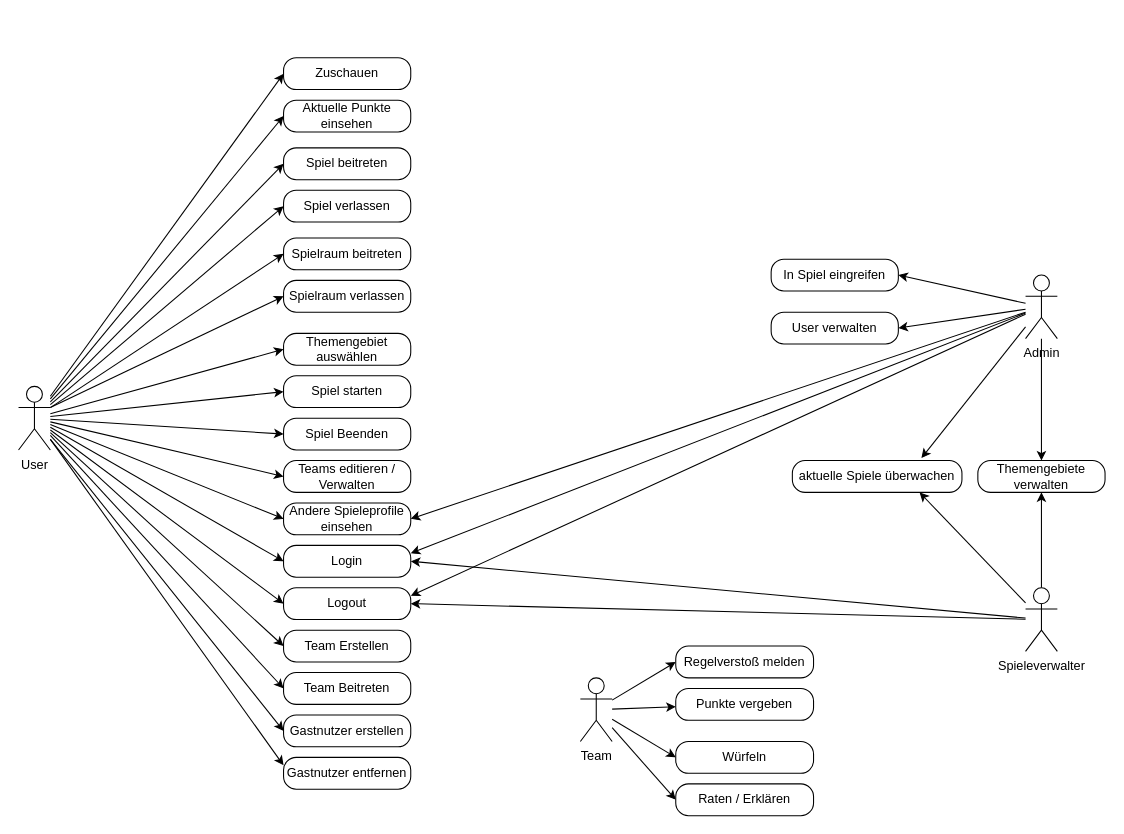
The draw.io diagram documentation/diagrams/use_case_diagram.drawio in BeyerMart/softwareEngineeringClass-timeGuessGame, before the edit. Source tidied: cells renumbered, new cells numbered last; positions are measured from the earlier drawing's top-left corner, leaving out a move shared by most shapes. Both pictures are drawn from the tidied source at 106%, with x=0, y=0 at pixel (18, 57).
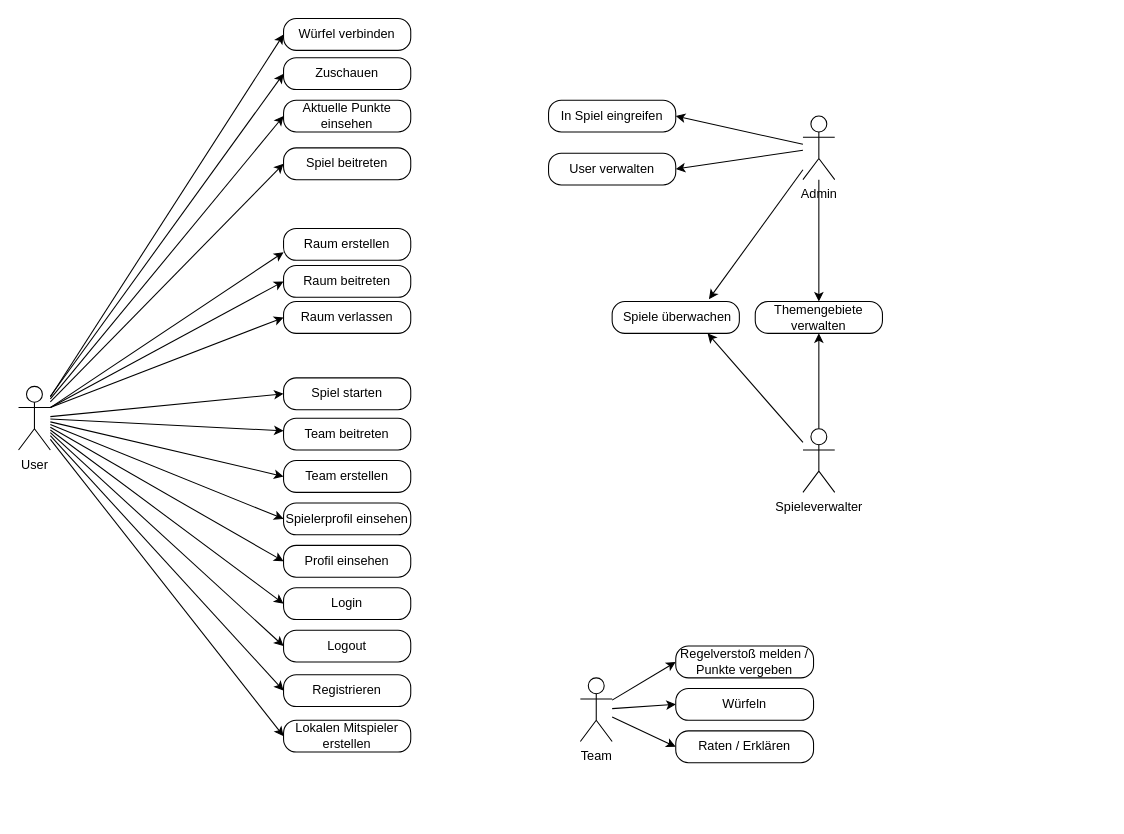
Above is the later version.

Commit message (it also covers changes not shown here):
Update concept use case diagram

Unchanged cells that the change refers to:
```xml
<mxCell id="15" value="User" style="shape=umlActor;verticalLabelPosition=bottom;verticalAlign=top;html=1;outlineConnect=0;" parent="1" vertex="1">
  <mxGeometry y="310" width="30" height="60" as="geometry" />
</mxCell>
<mxCell id="20" value="Team" style="shape=umlActor;verticalLabelPosition=bottom;verticalAlign=top;html=1;outlineConnect=0;" parent="1" vertex="1">
  <mxGeometry x="530" y="585" width="30" height="60" as="geometry" />
</mxCell>
```

The edit, as a diff of the source:
```diff
@@
-    <mxCell id="4" style="edgeStyle=none;rounded=0;jettySize=auto;html=1;entryX=0;entryY=0.5;entryDx=0;entryDy=0;" parent="1" edge="1" source="15" target="36">
-      <mxGeometry relative="1" as="geometry" />
-    </mxCell>
-    <mxCell id="5" style="edgeStyle=none;rounded=0;jettySize=auto;html=1;entryX=0;entryY=0.5;entryDx=0;entryDy=0;" parent="1" edge="1" source="15" target="24">
-      <mxGeometry relative="1" as="geometry" />
-    </mxCell>
@@
-    <mxCell id="9" style="edgeStyle=none;rounded=0;jettySize=auto;html=1;entryX=0;entryY=0.5;entryDx=0;entryDy=0;" parent="1" edge="1" source="15" target="47">
-      <mxGeometry relative="1" as="geometry" />
-    </mxCell>
-    <mxCell id="10" style="edgeStyle=none;rounded=0;jettySize=auto;html=1;entryX=0;entryY=0.5;entryDx=0;entryDy=0;" parent="1" edge="1" source="15" target="48">
-      <mxGeometry relative="1" as="geometry" />
-    </mxCell>
-    <mxCell id="11" style="edgeStyle=none;rounded=0;jettySize=auto;html=1;entryX=0;entryY=0.5;entryDx=0;entryDy=0;" parent="1" edge="1" source="15" target="50">
-      <mxGeometry relative="1" as="geometry" />
-    </mxCell>
@@
-    <mxCell id="17" style="edgeStyle=none;rounded=0;jettySize=auto;html=1;" parent="1" edge="1" source="20" target="27">
-      <mxGeometry relative="1" as="geometry" />
-    </mxCell>
@@
     <mxCell id="21" value="Login" style="rounded=1;whiteSpace=wrap;html=1;arcSize=40;" parent="1" vertex="1">
-      <mxGeometry x="250" y="460" width="120" height="30" as="geometry" />
+      <mxGeometry x="250" y="500" width="120" height="30" as="geometry" />
     </mxCell>
     <mxCell id="22" value="Logout" style="rounded=1;whiteSpace=wrap;html=1;arcSize=40;" parent="1" vertex="1">
-      <mxGeometry x="250" y="500" width="120" height="30" as="geometry" />
+      <mxGeometry x="250" y="540" width="120" height="30" as="geometry" />
     </mxCell>
@@
-    <mxCell id="24" value="Spiel verlassen" style="rounded=1;whiteSpace=wrap;html=1;arcSize=40;" parent="1" vertex="1">
-      <mxGeometry x="250" y="125" width="120" height="30" as="geometry" />
-    </mxCell>
     <mxCell id="25" value="Würfeln" style="rounded=1;whiteSpace=wrap;html=1;arcSize=40;" parent="1" vertex="1">
-      <mxGeometry x="620" y="645" width="130" height="30" as="geometry" />
+      <mxGeometry x="620" y="595" width="130" height="30" as="geometry" />
     </mxCell>
-    <mxCell id="26" value="Regelverstoß melden" style="rounded=1;whiteSpace=wrap;html=1;arcSize=40;" parent="1" vertex="1">
+    <mxCell id="26" value="Regelverstoß melden / Punkte vergeben" style="rounded=1;whiteSpace=wrap;html=1;arcSize=40;" parent="1" vertex="1">
       <mxGeometry x="620" y="555" width="130" height="30" as="geometry" />
     </mxCell>
-    <mxCell id="27" value="Punkte vergeben" style="rounded=1;whiteSpace=wrap;html=1;arcSize=40;" parent="1" vertex="1">
-      <mxGeometry x="620" y="595" width="130" height="30" as="geometry" />
-    </mxCell>
-    <mxCell id="28" style="rounded=0;jettySize=auto;html=1;entryX=1;entryY=0.5;entryDx=0;entryDy=0;" parent="1" edge="1" source="35" target="40">
-      <mxGeometry relative="1" as="geometry" />
-    </mxCell>
@@
-    <mxCell id="31" style="edgeStyle=none;rounded=0;jettySize=auto;html=1;entryX=1;entryY=0.25;entryDx=0;entryDy=0;" parent="1" edge="1" source="35" target="21">
-      <mxGeometry relative="1" as="geometry" />
-    </mxCell>
-    <mxCell id="32" style="edgeStyle=none;rounded=0;jettySize=auto;html=1;entryX=1;entryY=0.25;entryDx=0;entryDy=0;" parent="1" edge="1" source="35" target="22">
-      <mxGeometry relative="1" as="geometry" />
-    </mxCell>
@@
     <mxCell id="35" value="Admin" style="shape=umlActor;verticalLabelPosition=bottom;verticalAlign=top;html=1;outlineConnect=0;" parent="1" vertex="1">
-      <mxGeometry x="950" y="205" width="30" height="60" as="geometry" />
+      <mxGeometry x="740" y="55" width="30" height="60" as="geometry" />
     </mxCell>
-    <mxCell id="36" value="Themengebiet auswählen" style="rounded=1;whiteSpace=wrap;html=1;arcSize=40;" parent="1" vertex="1">
-      <mxGeometry x="250" y="260" width="120" height="30" as="geometry" />
-    </mxCell>
     <mxCell id="37" value="Spiel starten" style="rounded=1;whiteSpace=wrap;html=1;arcSize=40;" parent="1" vertex="1">
-      <mxGeometry x="250" y="300" width="120" height="30" as="geometry" />
+      <mxGeometry x="250" y="302" width="120" height="30" as="geometry" />
     </mxCell>
     <mxCell id="38" value="Themengebiete verwalten" style="rounded=1;whiteSpace=wrap;html=1;arcSize=40;" parent="1" vertex="1">
-      <mxGeometry x="905" y="380" width="120" height="30" as="geometry" />
+      <mxGeometry x="695" y="230" width="120" height="30" as="geometry" />
     </mxCell>
     <mxCell id="39" value="User verwalten" style="rounded=1;whiteSpace=wrap;html=1;arcSize=40;" parent="1" vertex="1">
-      <mxGeometry x="710" y="240" width="120" height="30" as="geometry" />
+      <mxGeometry x="500" y="90" width="120" height="30" as="geometry" />
     </mxCell>
-    <mxCell id="40" value="Andere Spieleprofile einsehen" style="rounded=1;whiteSpace=wrap;html=1;arcSize=40;" parent="1" vertex="1">
+    <mxCell id="40" value="Spielerprofil einsehen" style="rounded=1;whiteSpace=wrap;html=1;arcSize=40;" parent="1" vertex="1">
       <mxGeometry x="250" y="420" width="120" height="30" as="geometry" />
     </mxCell>
     <mxCell id="41" value="Raten / Erklären" style="rounded=1;whiteSpace=wrap;html=1;arcSize=40;" parent="1" vertex="1">
-      <mxGeometry x="620" y="685" width="130" height="30" as="geometry" />
+      <mxGeometry x="620" y="635" width="130" height="30" as="geometry" />
     </mxCell>
@@
-    <mxCell id="43" style="edgeStyle=none;rounded=0;jettySize=auto;html=1;entryX=1;entryY=0.5;entryDx=0;entryDy=0;" parent="1" edge="1" source="46" target="21">
-      <mxGeometry relative="1" as="geometry" />
-    </mxCell>
-    <mxCell id="44" style="edgeStyle=none;rounded=0;jettySize=auto;html=1;entryX=1;entryY=0.5;entryDx=0;entryDy=0;" parent="1" edge="1" source="46" target="22">
-      <mxGeometry relative="1" as="geometry" />
-    </mxCell>
@@
     <mxCell id="46" value="Spieleverwalter" style="shape=umlActor;verticalLabelPosition=bottom;verticalAlign=top;html=1;outlineConnect=0;" parent="1" vertex="1">
-      <mxGeometry x="950" y="500" width="30" height="60" as="geometry" />
+      <mxGeometry x="740" y="350" width="30" height="60" as="geometry" />
     </mxCell>
-    <mxCell id="47" value="Team Erstellen" style="rounded=1;whiteSpace=wrap;html=1;arcSize=40;" parent="1" vertex="1">
-      <mxGeometry x="250" y="540" width="120" height="30" as="geometry" />
-    </mxCell>
-    <mxCell id="48" value="Team Beitreten" style="rounded=1;whiteSpace=wrap;html=1;arcSize=40;" parent="1" vertex="1">
-      <mxGeometry x="250" y="580" width="120" height="30" as="geometry" />
-    </mxCell>
-    <mxCell id="49" value="aktuelle Spiele überwachen" style="rounded=1;whiteSpace=wrap;html=1;arcSize=40;" parent="1" vertex="1">
-      <mxGeometry x="730" y="380" width="160" height="30" as="geometry" />
+    <mxCell id="49" value="&amp;nbsp;Spiele überwachen" style="rounded=1;whiteSpace=wrap;html=1;arcSize=40;" parent="1" vertex="1">
+      <mxGeometry x="560" y="230" width="120" height="30" as="geometry" />
     </mxCell>
-    <mxCell id="50" value="Spiel Beenden" style="rounded=1;whiteSpace=wrap;html=1;arcSize=40;" parent="1" vertex="1">
-      <mxGeometry x="250" y="340" width="120" height="30" as="geometry" />
-    </mxCell>
-    <mxCell id="51" value="Teams editieren / Verwalten" style="rounded=1;whiteSpace=wrap;html=1;arcSize=40;" parent="1" vertex="1">
+    <mxCell id="51" value="Team erstellen" style="rounded=1;whiteSpace=wrap;html=1;arcSize=40;" parent="1" vertex="1">
       <mxGeometry x="250" y="380" width="120" height="30" as="geometry" />
     </mxCell>
     <mxCell id="52" value="In Spiel eingreifen" style="rounded=1;whiteSpace=wrap;html=1;arcSize=40;" parent="1" vertex="1">
-      <mxGeometry x="710" y="190" width="120" height="30" as="geometry" />
+      <mxGeometry x="500" y="40" width="120" height="30" as="geometry" />
     </mxCell>
@@
-    <mxCell id="55" value="Spielraum beitreten" style="rounded=1;whiteSpace=wrap;html=1;arcSize=40;" parent="1" vertex="1">
-      <mxGeometry x="250" y="170" width="120" height="30" as="geometry" />
+    <mxCell id="55" value="Raum beitreten" style="rounded=1;whiteSpace=wrap;html=1;arcSize=40;" parent="1" vertex="1">
+      <mxGeometry x="250" y="196" width="120" height="30" as="geometry" />
     </mxCell>
-    <mxCell id="56" value="Spielraum verlassen" style="rounded=1;whiteSpace=wrap;html=1;arcSize=40;" parent="1" vertex="1">
-      <mxGeometry x="250" y="210" width="120" height="30" as="geometry" />
+    <mxCell id="56" value="Raum verlassen" style="rounded=1;whiteSpace=wrap;html=1;arcSize=40;" parent="1" vertex="1">
+      <mxGeometry x="250" y="230" width="120" height="30" as="geometry" />
     </mxCell>
@@
-    <mxCell id="59" value="Gastnutzer erstellen" style="rounded=1;whiteSpace=wrap;html=1;arcSize=40;" parent="1" vertex="1">
-      <mxGeometry x="250" y="620" width="120" height="30" as="geometry" />
+    <mxCell id="59" value="Lokalen Mitspieler erstellen" style="rounded=1;whiteSpace=wrap;html=1;arcSize=40;" parent="1" vertex="1">
+      <mxGeometry x="250" y="625" width="120" height="30" as="geometry" />
     </mxCell>
@@
-    <mxCell id="61" value="Gastnutzer entfernen" style="rounded=1;whiteSpace=wrap;html=1;arcSize=40;" parent="1" vertex="1">
-      <mxGeometry x="250" y="660" width="120" height="30" as="geometry" />
-    </mxCell>
-    <mxCell id="62" style="edgeStyle=none;rounded=0;jettySize=auto;html=1;entryX=0;entryY=0.25;entryDx=0;entryDy=0;" parent="1" edge="1" target="61">
-      <mxGeometry relative="1" as="geometry">
-        <mxPoint x="30" y="360" as="sourcePoint" />
-      </mxGeometry>
-    </mxCell>
+    <mxCell id="63" value="Profil einsehen" style="rounded=1;whiteSpace=wrap;html=1;arcSize=40;" parent="1" vertex="1">
+      <mxGeometry x="250" y="460" width="120" height="30" as="geometry" />
+    </mxCell>
+    <mxCell id="64" style="edgeStyle=none;rounded=0;jettySize=auto;html=1;entryX=0;entryY=0.5;entryDx=0;entryDy=0;" parent="1" edge="1" source="15" target="63">
+      <mxGeometry relative="1" as="geometry" />
+    </mxCell>
+    <mxCell id="65" value="Registrieren" style="rounded=1;whiteSpace=wrap;html=1;arcSize=40;" parent="1" vertex="1">
+      <mxGeometry x="250" y="582" width="120" height="30" as="geometry" />
+    </mxCell>
+    <mxCell id="66" style="edgeStyle=none;rounded=0;jettySize=auto;html=1;entryX=0;entryY=0.5;entryDx=0;entryDy=0;" parent="1" edge="1" source="15" target="65">
+      <mxGeometry relative="1" as="geometry" />
+    </mxCell>
+    <mxCell id="67" value="Würfel verbinden" style="rounded=1;whiteSpace=wrap;html=1;arcSize=40;" parent="1" vertex="1">
+      <mxGeometry x="250" y="-37" width="120" height="30" as="geometry" />
+    </mxCell>
+    <mxCell id="68" style="edgeStyle=none;rounded=0;jettySize=auto;html=1;entryX=0;entryY=0.5;entryDx=0;entryDy=0;" parent="1" edge="1" target="67">
+      <mxGeometry relative="1" as="geometry">
+        <mxPoint x="30" y="320" as="sourcePoint" />
+      </mxGeometry>
+    </mxCell>
+    <mxCell id="69" value="Raum erstellen" style="rounded=1;whiteSpace=wrap;html=1;arcSize=40;" parent="1" vertex="1">
+      <mxGeometry x="250" y="161" width="120" height="30" as="geometry" />
+    </mxCell>
+    <mxCell id="70" style="edgeStyle=none;rounded=0;jettySize=auto;html=1;entryX=0;entryY=0.75;entryDx=0;entryDy=0;exitX=1;exitY=0.3333333333333333;exitDx=0;exitDy=0;exitPerimeter=0;" parent="1" edge="1" source="15" target="69">
+      <mxGeometry relative="1" as="geometry" />
+    </mxCell>
+    <mxCell id="71" value="Team beitreten" style="rounded=1;whiteSpace=wrap;html=1;arcSize=40;" parent="1" vertex="1">
+      <mxGeometry x="250" y="340" width="120" height="30" as="geometry" />
+    </mxCell>
+    <mxCell id="72" style="edgeStyle=none;rounded=0;jettySize=auto;html=1;" parent="1" edge="1" source="15" target="71">
+      <mxGeometry relative="1" as="geometry" />
+    </mxCell>
```
